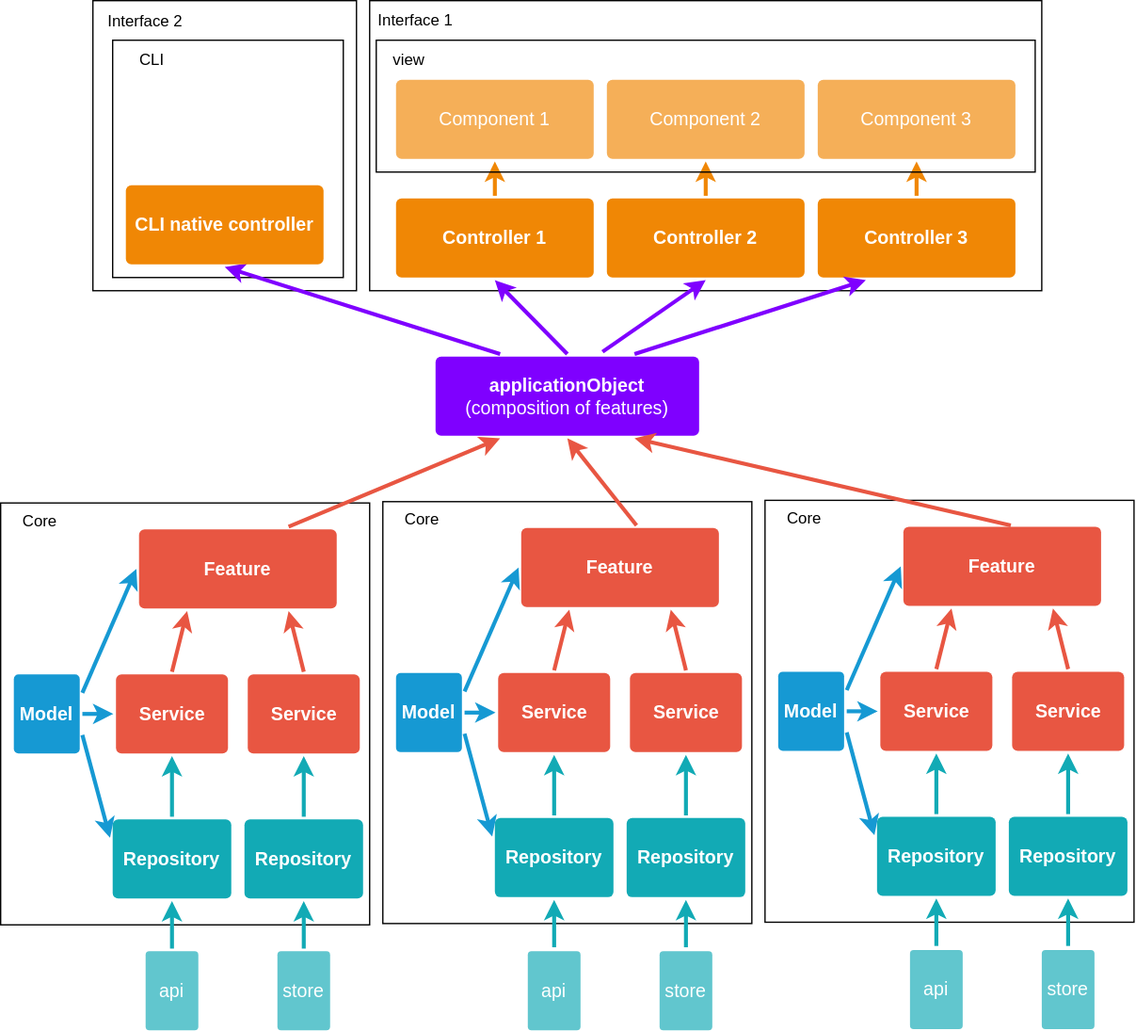
Before: assets/architecture.svg, a diagram exported from draw.io (VitaliyKosh/aston-project). Source tidied: cells renumbered, new cells last; positions are measured from the earlier drawing's top-left corner, leaving out a move shared by most shapes.
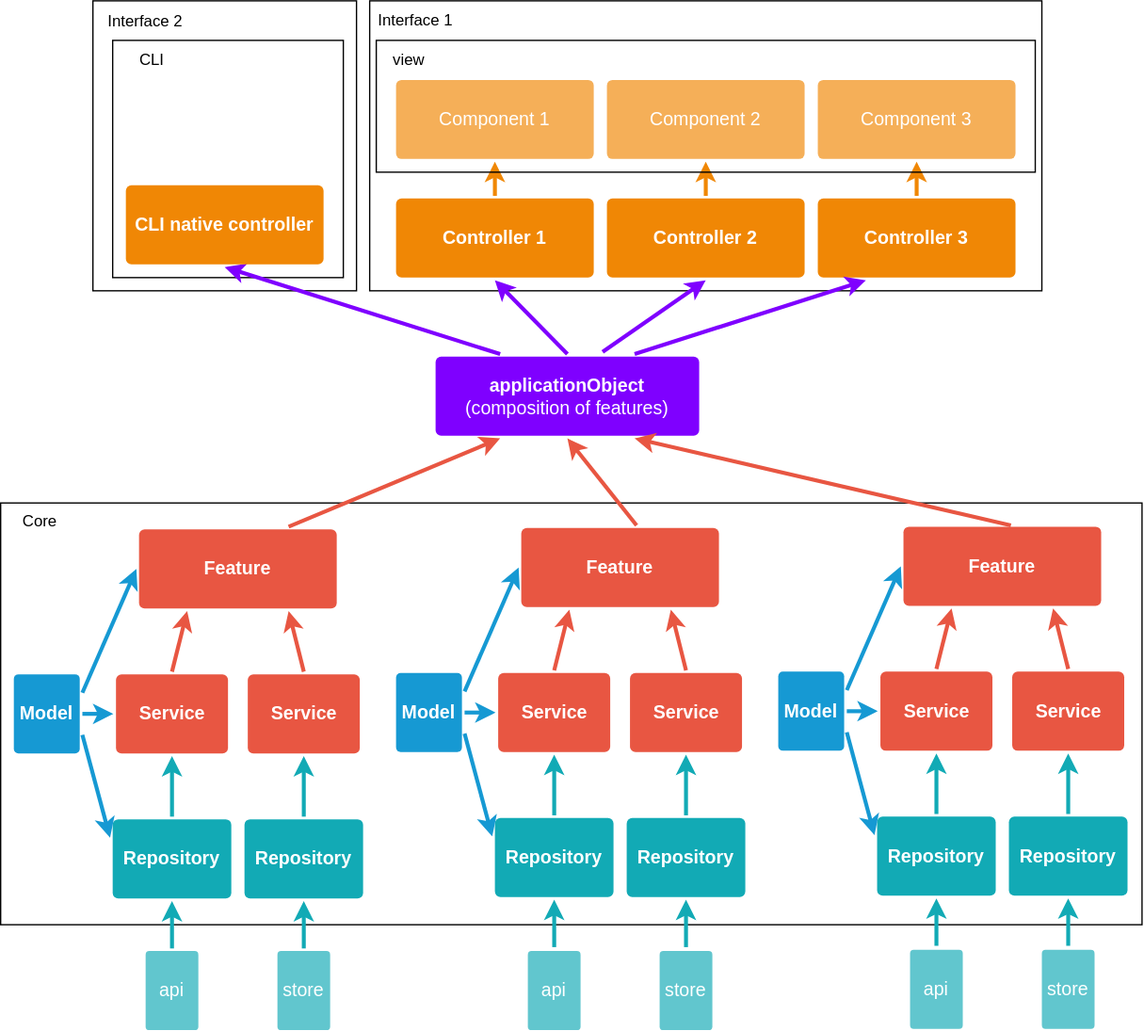
Above is the later version.

What changed in the source:
```diff
@@ -2,14 +2,8 @@
   <root>
     <mxCell id="0" />
     <mxCell id="1" parent="0" />
-    <mxCell id="2" style="rounded=0;whiteSpace=wrap;html=1;fillColor=default;" parent="1" vertex="1">
-      <mxGeometry x="290" y="380" width="280" height="320" as="geometry" />
-    </mxCell>
-    <mxCell id="3" style="rounded=0;whiteSpace=wrap;html=1;fillColor=default;" parent="1" vertex="1">
-      <mxGeometry x="580" y="379" width="280" height="320" as="geometry" />
-    </mxCell>
     <mxCell id="4" style="rounded=0;whiteSpace=wrap;html=1;fillColor=default;" parent="1" vertex="1">
-      <mxGeometry y="381" width="280" height="320" as="geometry" />
+      <mxGeometry y="381" width="866" height="320" as="geometry" />
     </mxCell>
     <mxCell id="5" style="rounded=0;whiteSpace=wrap;html=1;fillColor=default;" parent="1" vertex="1">
       <mxGeometry x="70" width="200" height="220" as="geometry" />
@@ -196,9 +190,6 @@
     <mxCell id="63" style="edgeStyle=none;rounded=0;jumpStyle=none;html=1;shadow=0;labelBackgroundColor=none;startArrow=none;startFill=0;endArrow=classic;endFill=1;jettySize=auto;strokeColor=#1699D3;strokeWidth=3;fontFamily=Helvetica;fontSize=14;fontColor=#FFFFFF;spacing=5;exitX=1;exitY=0.75;exitDx=0;exitDy=0;entryX=0;entryY=0.25;entryDx=0;entryDy=0;" parent="1" edge="1" source="55" target="49">
       <mxGeometry relative="1" as="geometry" />
     </mxCell>
-    <mxCell id="64" value="Core" style="text;html=1;strokeColor=none;fillColor=none;align=center;verticalAlign=middle;whiteSpace=wrap;rounded=0;" parent="1" vertex="1">
-      <mxGeometry x="290" y="379" width="60" height="30" as="geometry" />
-    </mxCell>
     <mxCell id="65" value="Service" style="rounded=1;whiteSpace=wrap;html=1;shadow=0;labelBackgroundColor=none;strokeColor=none;strokeWidth=3;fillColor=#e85642;fontFamily=Helvetica;fontSize=14;fontColor=#FFFFFF;align=center;spacing=5;fontStyle=1;arcSize=7;perimeterSpacing=2;" parent="1" vertex="1">
       <mxGeometry x="477.5" y="510" width="85" height="60" as="geometry" />
     </mxCell>
@@ -254,9 +245,6 @@
     <mxCell id="81" style="edgeStyle=none;rounded=0;jumpStyle=none;html=1;shadow=0;labelBackgroundColor=none;startArrow=none;startFill=0;endArrow=classic;endFill=1;jettySize=auto;strokeColor=#1699D3;strokeWidth=3;fontFamily=Helvetica;fontSize=14;fontColor=#FFFFFF;spacing=5;exitX=1;exitY=0.75;exitDx=0;exitDy=0;entryX=0;entryY=0.25;entryDx=0;entryDy=0;" parent="1" edge="1" source="73" target="67">
       <mxGeometry relative="1" as="geometry" />
     </mxCell>
-    <mxCell id="82" value="Core" style="text;html=1;strokeColor=none;fillColor=none;align=center;verticalAlign=middle;whiteSpace=wrap;rounded=0;" parent="1" vertex="1">
-      <mxGeometry x="580" y="378" width="60" height="30" as="geometry" />
-    </mxCell>
     <mxCell id="83" value="Service" style="rounded=1;whiteSpace=wrap;html=1;shadow=0;labelBackgroundColor=none;strokeColor=none;strokeWidth=3;fillColor=#e85642;fontFamily=Helvetica;fontSize=14;fontColor=#FFFFFF;align=center;spacing=5;fontStyle=1;arcSize=7;perimeterSpacing=2;" parent="1" vertex="1">
       <mxGeometry x="767.5" y="509" width="85" height="60" as="geometry" />
     </mxCell>
```
